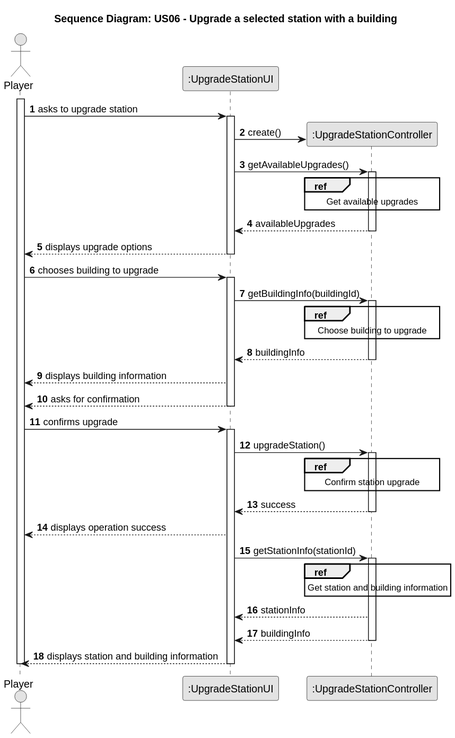
This is docs/system-documentation/Sprint 2/US06/03.design/svg/US06-SD-split.svg from HenriqueSilva18/Railway-Network-Simulator, a PlantUML export, as it was before one commit. Its diagram source:
```plantuml
@startuml
skinparam monochrome true
skinparam packageStyle rectangle
skinparam shadowing false

autonumber

title Sequence Diagram: US06 - Upgrade a selected station with a building

actor "Player" as player
participant ":UpgradeStationUI" as UI
participant ":UpgradeStationController" as CTRL

activate player

    player -> UI: asks to upgrade station
        activate UI
        UI -> CTRL**: create()
            UI -> CTRL: getAvailableUpgrades()
            activate CTRL

            ref over CTRL
                Get available upgrades
            end

            CTRL --> UI: availableUpgrades
            deactivate CTRL
        UI --> player: displays upgrade options
        deactivate UI

    player -> UI: chooses building to upgrade
        activate UI
        UI -> CTRL: getBuildingInfo(buildingId)
            activate CTRL

                ref over CTRL
                    Choose building to upgrade
                end

            CTRL --> UI: buildingInfo
            deactivate CTRL
        UI --> player: displays building information
        UI --> player: asks for confirmation
        deactivate UI

    player -> UI: confirms upgrade
        activate UI
        UI -> CTRL: upgradeStation()
            activate CTRL

            ref over CTRL
                Confirm station upgrade
            end

            CTRL --> UI: success
            deactivate CTRL

        UI --> player: displays operation success
        UI -> CTRL: getStationInfo(stationId)
            activate CTRL

            ref over CTRL
                Get station and building information
            end
            CTRL --> UI: stationInfo
            CTRL --> UI: buildingInfo
            deactivate CTRL

        UI --> player: displays station and building information
        deactivate UI

deactivate player
@enduml
```
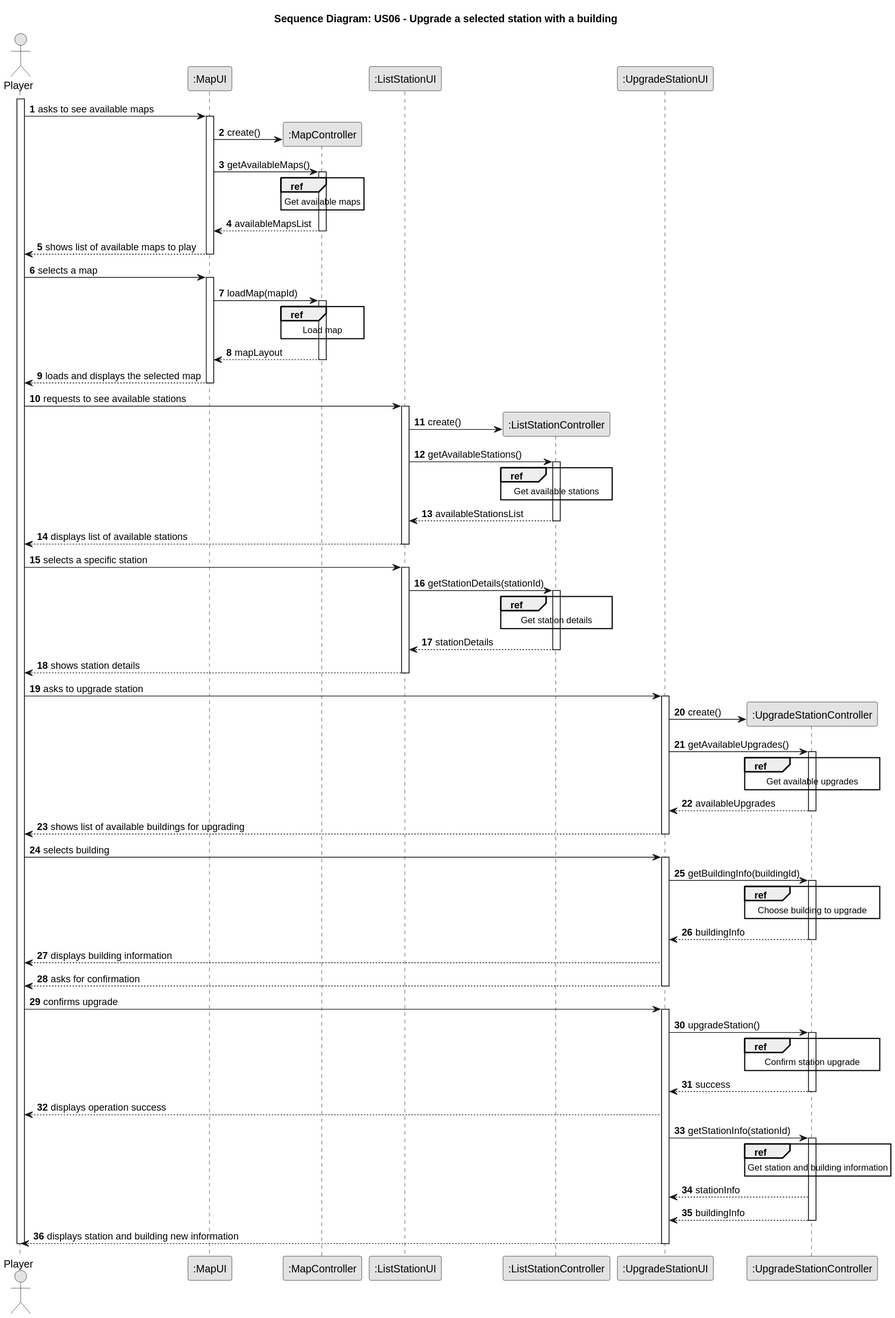
The same file after the commit.

The edit, as a diff of the source:
```diff
@@ -8,35 +8,85 @@
 title Sequence Diagram: US06 - Upgrade a selected station with a building
 
 actor "Player" as player
+participant ":MapUI" as mapUI
+participant ":MapController" as mapCTRL
+participant ":ListStationUI" as listStationUI
+participant ":ListStationController" as listStationCTRL
 participant ":UpgradeStationUI" as UI
 participant ":UpgradeStationController" as CTRL
 
 activate player
 
+    player -> mapUI: asks to see available maps
+        activate mapUI
+        mapUI -> mapCTRL**: create()
+        mapUI -> mapCTRL: getAvailableMaps()
+            activate mapCTRL
+                ref over mapCTRL
+                    Get available maps
+                end
+            mapCTRL --> mapUI: availableMapsList
+            deactivate mapCTRL
+        mapUI --> player: shows list of available maps to play
+        deactivate mapUI
+
+    player -> mapUI: selects a map
+        activate mapUI
+        mapUI -> mapCTRL: loadMap(mapId)
+            activate mapCTRL
+                ref over mapCTRL
+                    Load map
+                end
+            mapCTRL --> mapUI: mapLayout
+            deactivate mapCTRL
+        mapUI --> player: loads and displays the selected map
+        deactivate mapUI
+
+    player -> listStationUI: requests to see available stations
+        activate listStationUI
+        listStationUI -> listStationCTRL**: create()
+        listStationUI -> listStationCTRL: getAvailableStations()
+            activate listStationCTRL
+                ref over listStationCTRL
+                    Get available stations
+                end
+            listStationCTRL --> listStationUI: availableStationsList
+            deactivate listStationCTRL
+        listStationUI --> player: displays list of available stations
+        deactivate listStationUI
+
+    player -> listStationUI: selects a specific station
+        activate listStationUI
+        listStationUI -> listStationCTRL: getStationDetails(stationId)
+            activate listStationCTRL
+                ref over listStationCTRL
+                    Get station details
+                end
+            listStationCTRL --> listStationUI: stationDetails
+            deactivate listStationCTRL
+        listStationUI --> player: shows station details
+        deactivate listStationUI
+
     player -> UI: asks to upgrade station
         activate UI
         UI -> CTRL**: create()
-            UI -> CTRL: getAvailableUpgrades()
+        UI -> CTRL: getAvailableUpgrades()
             activate CTRL
-
-            ref over CTRL
-                Get available upgrades
-            end
-
+                ref over CTRL
+                    Get available upgrades
+                end
             CTRL --> UI: availableUpgrades
             deactivate CTRL
-        UI --> player: displays upgrade options
+        UI --> player: shows list of available buildings for upgrading
         deactivate UI
 
-    player -> UI: chooses building to upgrade
+    player -> UI: selects building
         activate UI
         UI -> CTRL: getBuildingInfo(buildingId)
             activate CTRL
-
                 ref over CTRL
                     Choose building to upgrade
                 end
-
             CTRL --> UI: buildingInfo
             deactivate CTRL
         UI --> player: displays building information
@@ -47,26 +97,21 @@
         activate UI
         UI -> CTRL: upgradeStation()
             activate CTRL
-
-            ref over CTRL
-                Confirm station upgrade
-            end
-
+                ref over CTRL
+                    Confirm station upgrade
+                end
             CTRL --> UI: success
             deactivate CTRL
-
         UI --> player: displays operation success
         UI -> CTRL: getStationInfo(stationId)
             activate CTRL
-
-            ref over CTRL
-                Get station and building information
-            end
+                ref over CTRL
+                    Get station and building information
+                end
             CTRL --> UI: stationInfo
             CTRL --> UI: buildingInfo
             deactivate CTRL
-
-        UI --> player: displays station and building information
+        UI --> player: displays station and building new information
         deactivate UI
 
 deactivate player
```
